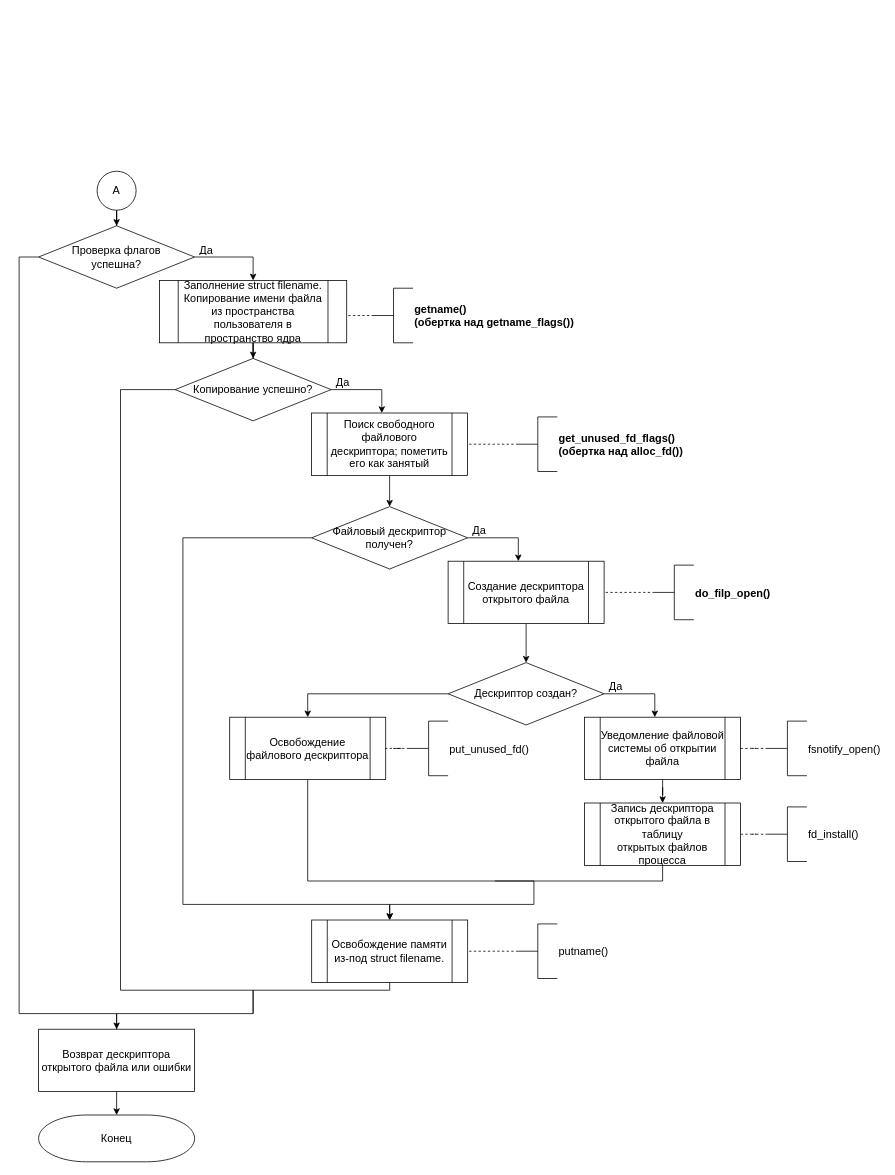
Before: page "open2" (2 of 8) of lab_06/tex/img/clean.drawio in alena-zayts/BMSTU_6sem_operating_systems, a draw.io diagram. Source tidied: cells renumbered, new cells numbered last; positions are measured from the earlier drawing's top-left corner, leaving out a move shared by most shapes. Both pictures are drawn from the tidied source at 78%, with x=0, y=0 at pixel (19, 171).
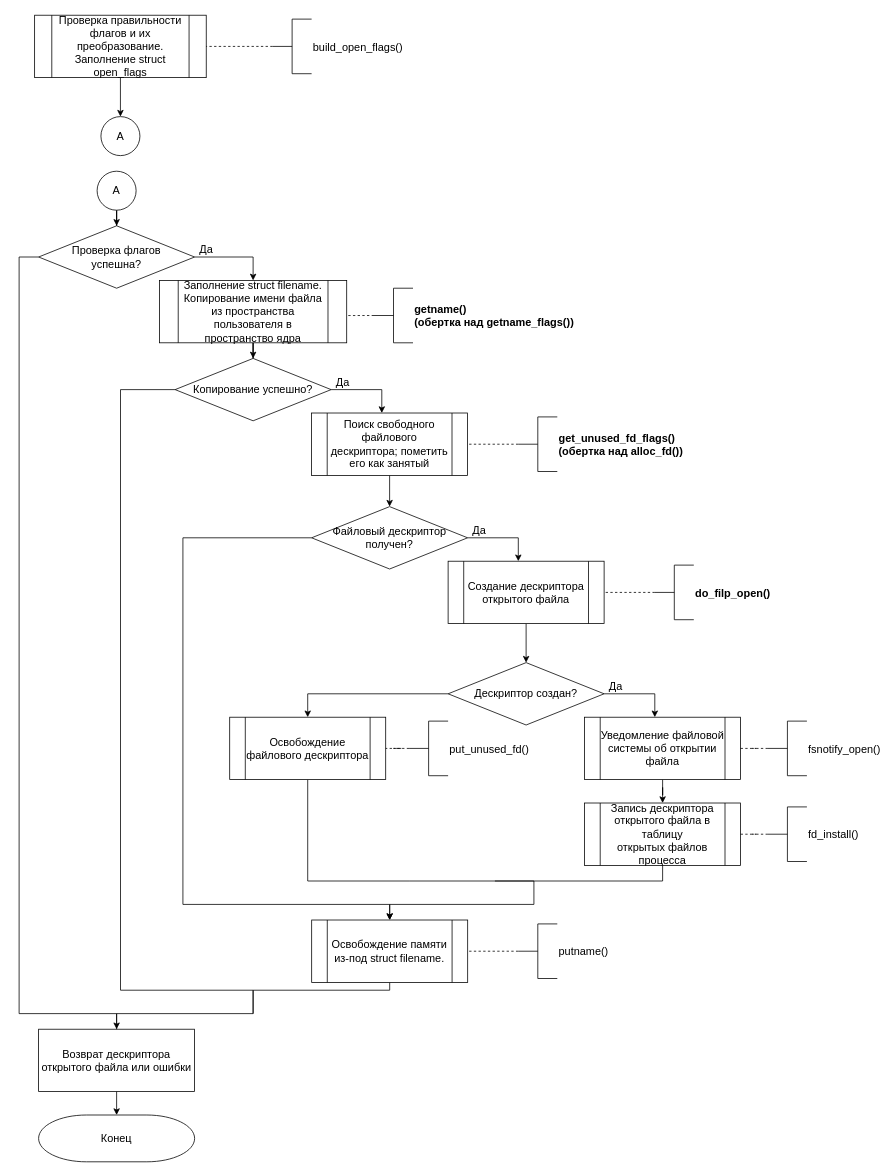
The same diagram, later.

Change to the diagram source:
```diff
@@
+    <mxCell id="51" style="edgeStyle=orthogonalEdgeStyle;rounded=0;jettySize=auto;exitX=0.5;exitY=1;exitDx=0;exitDy=0;fontFamily=Helvetica;fontSize=14;fontStyle=0;" parent="1" edge="1" source="52" target="55">
+      <mxGeometry relative="1" as="geometry" />
+    </mxCell>
+    <mxCell id="52" value="Проверка правильности флагов и их преобразование. Заполнение struct open_flags" style="shape=process;whiteSpace=wrap;backgroundOutline=1;fontFamily=Helvetica;fontSize=14;fontStyle=0;" parent="1" vertex="1">
+      <mxGeometry x="19.9" y="-200" width="220" height="80" as="geometry" />
+    </mxCell>
+    <mxCell id="53" style="edgeStyle=orthogonalEdgeStyle;rounded=0;jettySize=auto;exitX=0;exitY=0.5;exitDx=0;exitDy=0;exitPerimeter=0;endArrow=none;endFill=0;dashed=1;entryX=1;entryY=0.5;entryDx=0;entryDy=0;fontFamily=Helvetica;fontSize=14;fontStyle=0;" parent="1" edge="1" source="54" target="52">
+      <mxGeometry relative="1" as="geometry" />
+    </mxCell>
+    <mxCell id="54" value="build_open_flags()" style="strokeWidth=1;shape=mxgraph.flowchart.annotation_2;align=left;labelPosition=right;fontFamily=Helvetica;fontSize=14;fontStyle=0;" parent="1" vertex="1">
+      <mxGeometry x="325" y="-195" width="50" height="70" as="geometry" />
+    </mxCell>
+    <mxCell id="55" value="A" style="strokeWidth=1;shape=mxgraph.flowchart.start_2;whiteSpace=wrap;fontFamily=Helvetica;fontSize=14;fontStyle=0;" parent="1" vertex="1">
+      <mxGeometry x="104.9" y="-70" width="50" height="50" as="geometry" />
+    </mxCell>
```
